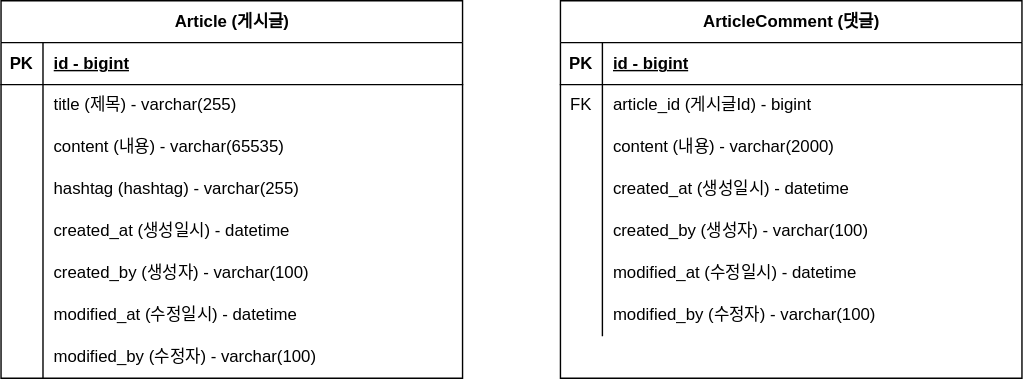
The draw.io diagram document/project-board-erd.svg in jm-jeong/fastcampus-board-service, before a commit. Source tidied: cells renumbered, new cells last; positions are measured from the earlier drawing's top-left corner, leaving out a move shared by most shapes.
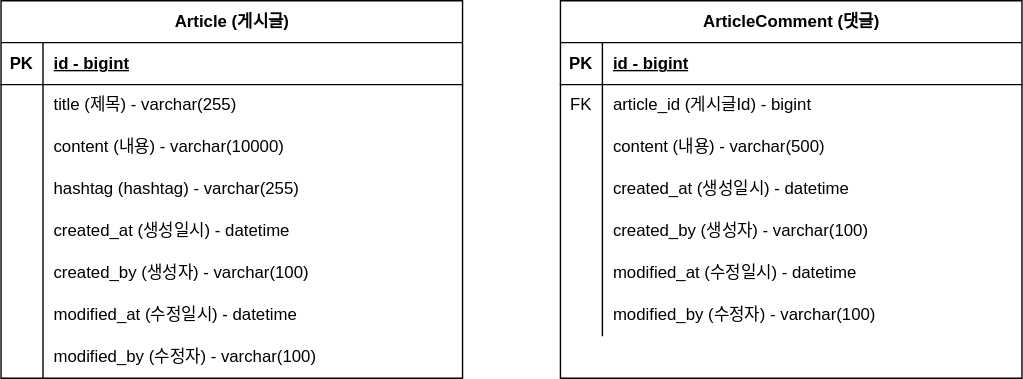
The same diagram one commit later.

Commit message:
#7 - erd 업데이트 본문 content 사이즈 변경

Change to the diagram source:
```diff
@@ -29,7 +29,7 @@
     <mxCell id="10" style="shape=partialRectangle;fillColor=none;top=0;left=0;bottom=0;right=0;overflow=hidden;whiteSpace=wrap;html=1;" parent="9" vertex="1">
       <mxGeometry width="30" height="30" as="geometry" />
     </mxCell>
-    <mxCell id="11" value="content (내용) - varchar(2000&lt;span style=&quot;background-color: initial;&quot;&gt;)&lt;/span&gt;" style="shape=partialRectangle;fillColor=none;top=0;left=0;bottom=0;right=0;align=left;spacingLeft=6;overflow=hidden;whiteSpace=wrap;html=1;" parent="9" vertex="1">
+    <mxCell id="11" value="content (내용) - varchar(500&lt;span style=&quot;background-color: initial;&quot;&gt;)&lt;/span&gt;" style="shape=partialRectangle;fillColor=none;top=0;left=0;bottom=0;right=0;align=left;spacingLeft=6;overflow=hidden;whiteSpace=wrap;html=1;" parent="9" vertex="1">
       <mxGeometry x="30" width="300" height="30" as="geometry" />
     </mxCell>
     <mxCell id="12" style="shape=tableRow;horizontal=0;startSize=0;swimlaneHead=0;swimlaneBody=0;fillColor=none;top=0;left=0;right=0;bottom=0;" parent="2" vertex="1">
@@ -95,7 +95,7 @@
     <mxCell id="32" style="shape=partialRectangle;fillColor=none;top=0;left=0;bottom=0;right=0;overflow=hidden;whiteSpace=wrap;html=1;" parent="31" vertex="1">
       <mxGeometry width="30" height="30" as="geometry" />
     </mxCell>
-    <mxCell id="33" value="content (내용) - varchar(6553&lt;span style=&quot;background-color: initial;&quot;&gt;5)&lt;/span&gt;" style="shape=partialRectangle;fillColor=none;top=0;left=0;bottom=0;right=0;align=left;spacingLeft=6;overflow=hidden;whiteSpace=wrap;html=1;" parent="31" vertex="1">
+    <mxCell id="33" value="content (내용) - varchar(10000&lt;span style=&quot;background-color: initial;&quot;&gt;)&lt;/span&gt;" style="shape=partialRectangle;fillColor=none;top=0;left=0;bottom=0;right=0;align=left;spacingLeft=6;overflow=hidden;whiteSpace=wrap;html=1;" parent="31" vertex="1">
       <mxGeometry x="30" width="300" height="30" as="geometry" />
     </mxCell>
     <mxCell id="34" style="shape=tableRow;horizontal=0;startSize=0;swimlaneHead=0;swimlaneBody=0;fillColor=none;top=0;left=0;right=0;bottom=0;" parent="24" vertex="1">
```
